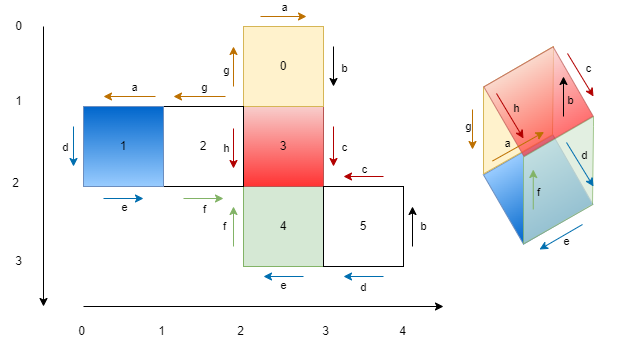
derailed-dash/Advent-of-Code keeps this draw.io diagram as docs/assets/images/cube_folding_sample.png. Above is the earlier version. Source tidied: cells renumbered, new cells last; positions are measured from the earlier drawing's top-left corner, leaving out a move shared by most shapes.
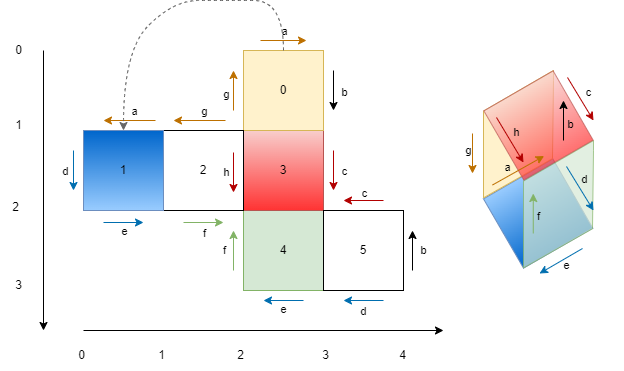
Later version of the same file.

Diff of the diagram source:
```diff
@@ -344,5 +344,15 @@
         <mxPoint x="1" y="-16" as="offset" />
       </mxGeometry>
     </mxCell>
+    <mxCell id="71" style="curved=1;endArrow=classic;html=1;rounded=0;exitX=0.5;exitY=0;exitDx=0;exitDy=0;entryX=0.5;entryY=0;entryDx=0;entryDy=0;dashed=1;fillColor=#f5f5f5;strokeColor=#666666;" parent="1" edge="1" source="6" target="9">
+      <mxGeometry relative="1" as="geometry">
+        <Array as="points">
+          <mxPoint x="283" y="-35" />
+          <mxPoint x="223" y="-35" />
+          <mxPoint x="173" y="-35" />
+          <mxPoint x="123" y="15" />
+        </Array>
+      </mxGeometry>
+    </mxCell>
   </root>
 </mxGraphModel>
```
